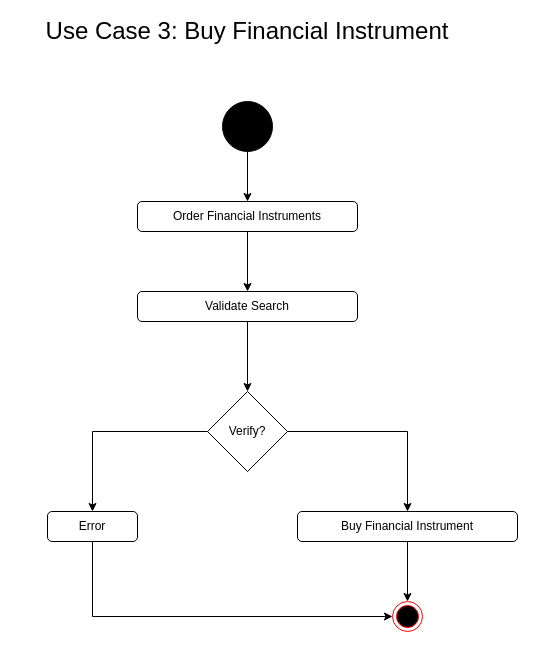
Above: ST_ Use Case 3.drawio in dgboulger/SpoofTraderMarket (draw.io), before the change. Source tidied: cells renumbered, new cells numbered last; positions are measured from the earlier drawing's top-left corner, leaving out a move shared by most shapes. Both pictures are drawn from the tidied source at 100%, with x=0, y=0 at pixel (17, 21).
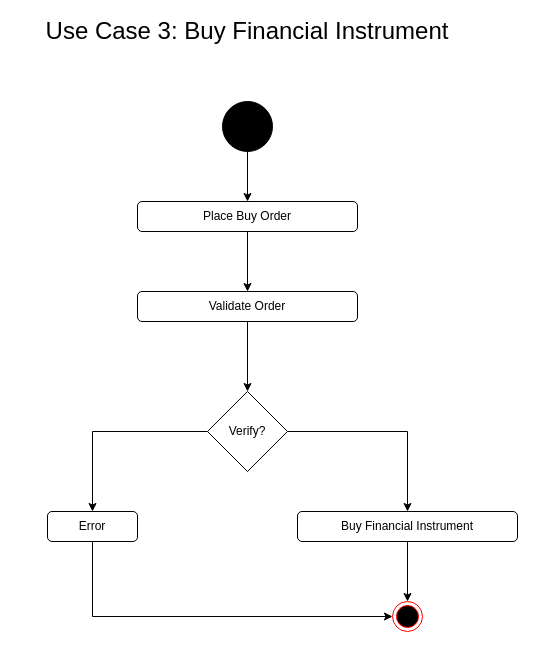
After the change.

Diff of the diagram source:
```diff
@@
 <mxGraphModel>
   <root>
     <mxCell id="0" />
     <mxCell id="1" parent="0" />
     <mxCell id="2" value="Use Case 3: Buy Financial Instrument" style="text;html=1;strokeColor=none;fillColor=none;align=center;verticalAlign=middle;whiteSpace=wrap;rounded=0;fontSize=24;" parent="1" vertex="1">
       <mxGeometry width="460" height="20" as="geometry" />
     </mxCell>
     <mxCell id="3" style="edgeStyle=orthogonalEdgeStyle;rounded=0;jettySize=auto;html=1;fontSize=24;horizontal=1;" parent="1" edge="1" source="4" target="6">
       <mxGeometry relative="1" as="geometry" />
     </mxCell>
     <mxCell id="4" style="ellipse;whiteSpace=wrap;html=1;fontSize=24;fillColor=#000000;" parent="1" vertex="1">
       <mxGeometry x="205" y="80" width="50" height="50" as="geometry" />
     </mxCell>
     <mxCell id="5" style="edgeStyle=orthogonalEdgeStyle;rounded=0;jettySize=auto;html=1;entryX=0.5;entryY=0;entryDx=0;entryDy=0;fontSize=12;" parent="1" edge="1" source="6" target="8">
       <mxGeometry relative="1" as="geometry" />
     </mxCell>
-    <mxCell id="6" value="Order Financial Instruments" style="rounded=1;whiteSpace=wrap;html=1;fillColor=#FFFFFF;fontSize=12;" parent="1" vertex="1">
+    <mxCell id="6" value="Place Buy Order" style="rounded=1;whiteSpace=wrap;html=1;fillColor=#FFFFFF;fontSize=12;" parent="1" vertex="1">
       <mxGeometry x="120" y="180" width="220" height="30" as="geometry" />
     </mxCell>
     <mxCell id="7" style="edgeStyle=orthogonalEdgeStyle;rounded=0;jettySize=auto;html=1;fontSize=12;" parent="1" edge="1" source="8" target="11">
       <mxGeometry relative="1" as="geometry" />
     </mxCell>
-    <mxCell id="8" value="Validate Search" style="rounded=1;whiteSpace=wrap;html=1;fillColor=#FFFFFF;fontSize=12;" parent="1" vertex="1">
+    <mxCell id="8" value="Validate Order" style="rounded=1;whiteSpace=wrap;html=1;fillColor=#FFFFFF;fontSize=12;" parent="1" vertex="1">
       <mxGeometry x="120" y="270" width="220" height="30" as="geometry" />
     </mxCell>
     <mxCell id="9" style="edgeStyle=orthogonalEdgeStyle;rounded=0;jettySize=auto;html=1;entryX=0.5;entryY=0;entryDx=0;entryDy=0;fontSize=12;" parent="1" edge="1" source="11" target="13">
       <mxGeometry relative="1" as="geometry" />
     </mxCell>
     <mxCell id="10" style="edgeStyle=orthogonalEdgeStyle;rounded=0;jettySize=auto;html=1;exitX=1;exitY=0.5;exitDx=0;exitDy=0;entryX=0.5;entryY=0;entryDx=0;entryDy=0;fontSize=12;" parent="1" edge="1" source="11" target="15">
       <mxGeometry relative="1" as="geometry" />
     </mxCell>
     <mxCell id="11" value="Verify?" style="rhombus;whiteSpace=wrap;html=1;fillColor=#FFFFFF;fontSize=12;" parent="1" vertex="1">
       <mxGeometry x="190" y="370" width="80" height="80" as="geometry" />
     </mxCell>
     <mxCell id="12" style="edgeStyle=orthogonalEdgeStyle;rounded=0;jettySize=auto;html=1;entryX=0;entryY=0.5;entryDx=0;entryDy=0;fontSize=12;exitX=0.5;exitY=1;exitDx=0;exitDy=0;" parent="1" edge="1" source="13" target="16">
       <mxGeometry relative="1" as="geometry" />
     </mxCell>
     <mxCell id="13" value="Error" style="rounded=1;whiteSpace=wrap;html=1;fillColor=#FFFFFF;fontSize=12;" parent="1" vertex="1">
       <mxGeometry x="30" y="490" width="90" height="30" as="geometry" />
     </mxCell>
     <mxCell id="14" style="edgeStyle=orthogonalEdgeStyle;rounded=0;jettySize=auto;html=1;fontSize=12;" parent="1" edge="1" source="15" target="16">
       <mxGeometry relative="1" as="geometry" />
     </mxCell>
     <mxCell id="15" value="Buy Financial Instrument" style="rounded=1;whiteSpace=wrap;html=1;fillColor=#FFFFFF;fontSize=12;" parent="1" vertex="1">
       <mxGeometry x="280" y="490" width="220" height="30" as="geometry" />
     </mxCell>
     <mxCell id="16" style="ellipse;html=1;shape=endState;fillColor=#000000;strokeColor=#ff0000;fontSize=12;" parent="1" vertex="1">
       <mxGeometry x="375" y="580" width="30" height="30" as="geometry" />
     </mxCell>
   </root>
 </mxGraphModel>
```
